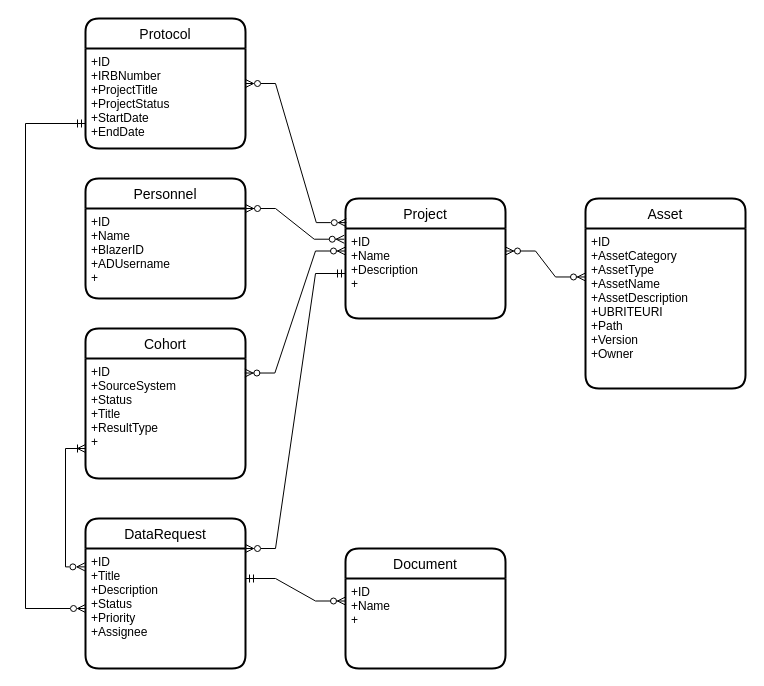
Earlier version of the draw.io diagram DataLens ERD.drawio (ntimkovich/UAB-II-Diagrams). Source tidied: cells renumbered, new cells numbered last; positions are measured from the earlier drawing's top-left corner, leaving out a move shared by most shapes. Both pictures are drawn from the tidied source at 100%, with x=0, y=0 at pixel (25, 18).
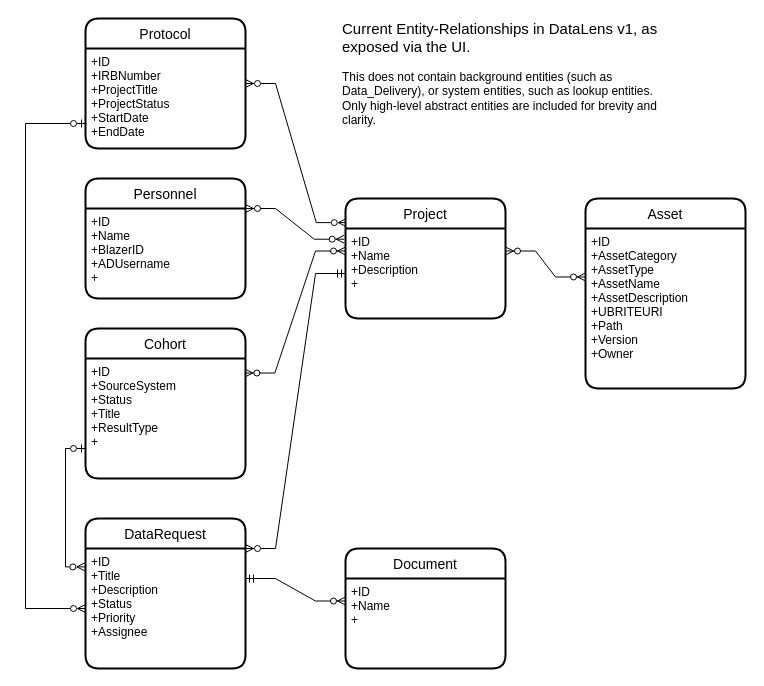
The same diagram, later.

The change refers to these unchanged cells:
```xml
<mxCell id="5" value="+ID&#10;+IRBNumber&#10;+ProjectTitle&#10;+ProjectStatus&#10;+StartDate&#10;+EndDate" style="align=left;strokeColor=none;fillColor=none;spacingLeft=4;fontSize=12;verticalAlign=top;" parent="4" vertex="1">
  <mxGeometry y="30" width="160" height="100" as="geometry" />
</mxCell>
<mxCell id="9" value="+ID&#10;+SourceSystem&#10;+Status&#10;+Title&#10;+ResultType&#10;+" style="align=left;strokeColor=none;fillColor=none;spacingLeft=4;fontSize=12;verticalAlign=top;" parent="8" vertex="1">
  <mxGeometry y="30" width="160" height="120" as="geometry" />
</mxCell>
<mxCell id="11" value="+ID&#10;+Title&#10;+Description&#10;+Status&#10;+Priority&#10;+Assignee" style="align=left;strokeColor=none;fillColor=none;spacingLeft=4;fontSize=12;verticalAlign=top;" parent="10" vertex="1">
  <mxGeometry y="30" width="160" height="120" as="geometry" />
</mxCell>
```

Change to the diagram source:
```diff
@@
-    <mxCell id="22" style="edgeStyle=orthogonalEdgeStyle;rounded=0;jettySize=auto;html=1;exitX=0;exitY=0.75;exitDx=0;exitDy=0;entryX=0;entryY=0.5;entryDx=0;entryDy=0;startArrow=ERmandOne;startFill=0;endArrow=ERzeroToMany;endFill=0;" parent="1" edge="1" source="5" target="11">
+    <mxCell id="22" style="edgeStyle=orthogonalEdgeStyle;rounded=0;jettySize=auto;html=1;exitX=0;exitY=0.75;exitDx=0;exitDy=0;entryX=0;entryY=0.5;entryDx=0;entryDy=0;startArrow=ERzeroToOne;startFill=0;endArrow=ERzeroToMany;endFill=0;" parent="1" edge="1" source="5" target="11">
       <mxGeometry relative="1" as="geometry">
         <Array as="points">
           <mxPoint y="105" />
           <mxPoint y="590" />
         </Array>
       </mxGeometry>
     </mxCell>
-    <mxCell id="23" style="edgeStyle=orthogonalEdgeStyle;rounded=0;jettySize=auto;html=1;exitX=0;exitY=0.75;exitDx=0;exitDy=0;entryX=-0.004;entryY=0.153;entryDx=0;entryDy=0;entryPerimeter=0;startArrow=ERoneToMany;startFill=0;endArrow=ERzeroToMany;endFill=0;" parent="1" edge="1" source="9" target="11">
+    <mxCell id="23" style="edgeStyle=orthogonalEdgeStyle;rounded=0;jettySize=auto;html=1;exitX=0;exitY=0.75;exitDx=0;exitDy=0;entryX=-0.004;entryY=0.153;entryDx=0;entryDy=0;entryPerimeter=0;startArrow=ERzeroToOne;startFill=0;endArrow=ERzeroToMany;endFill=0;" parent="1" edge="1" source="9" target="11">
       <mxGeometry relative="1" as="geometry" />
     </mxCell>
+    <mxCell id="24" value="&lt;font style=&quot;font-size: 15px;&quot;&gt;Current Entity-Relationships in DataLens v1, as exposed via the UI.&amp;nbsp; &lt;/font&gt;&lt;br&gt;&lt;br&gt;&lt;div style=&quot;&quot;&gt;&lt;span style=&quot;background-color: initial;&quot;&gt;This does not contain background entities (such as Data_Delivery), or system entities, such as lookup entities. Only high-level abstract entities are included for brevity and clarity.&lt;/span&gt;&lt;/div&gt;" style="text;html=1;strokeColor=none;fillColor=none;align=left;verticalAlign=middle;whiteSpace=wrap;rounded=0;" parent="1" vertex="1">
+      <mxGeometry x="315" width="335" height="110" as="geometry" />
+    </mxCell>
```
